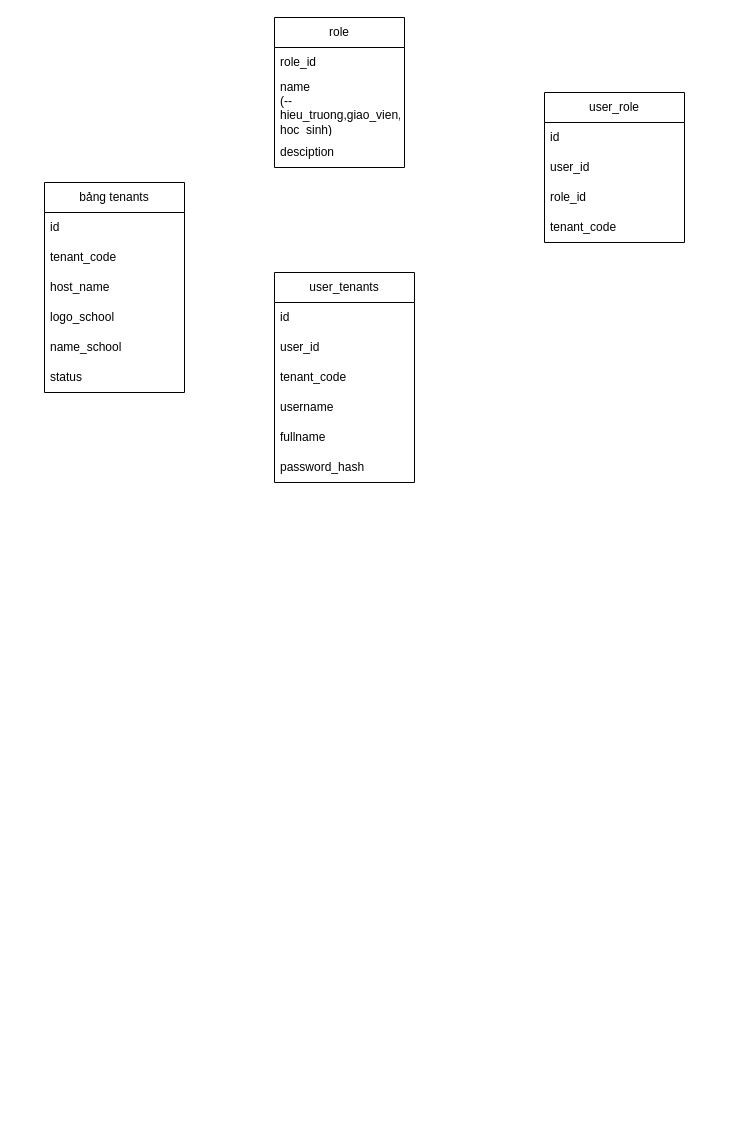
The draw.io diagram csdlstudy.drawio in vuongnd03/black-had, before the edit. Source tidied: cells renumbered, new cells numbered last; positions are measured from the earlier drawing's top-left corner, leaving out a move shared by most shapes. Both pictures are drawn from the tidied source at 100%, with x=0, y=0 at pixel (44, 17).
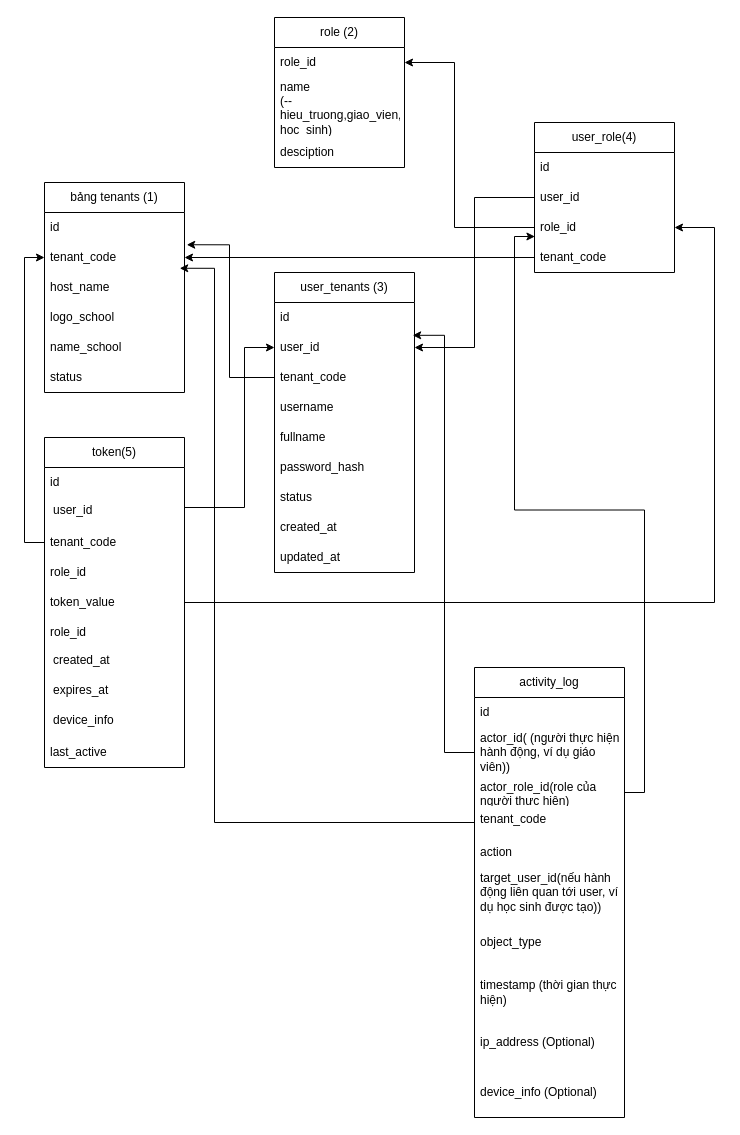
Above is the later version.

The change refers to these unchanged cells:
```xml
<mxCell id="4" value="tenant_code" style="text;strokeColor=none;fillColor=none;align=left;verticalAlign=middle;spacingLeft=4;spacingRight=4;overflow=hidden;points=[[0,0.5],[1,0.5]];portConstraint=eastwest;whiteSpace=wrap;html=1;" parent="2" vertex="1">
  <mxGeometry y="60" width="140" height="30" as="geometry" />
</mxCell>
<mxCell id="10" value="role_id" style="text;strokeColor=none;fillColor=none;align=left;verticalAlign=middle;spacingLeft=4;spacingRight=4;overflow=hidden;points=[[0,0.5],[1,0.5]];portConstraint=eastwest;whiteSpace=wrap;html=1;" parent="9" vertex="1">
  <mxGeometry y="30" width="130" height="30" as="geometry" />
</mxCell>
<mxCell id="15" value="user_id" style="text;strokeColor=none;fillColor=none;align=left;verticalAlign=middle;spacingLeft=4;spacingRight=4;overflow=hidden;points=[[0,0.5],[1,0.5]];portConstraint=eastwest;whiteSpace=wrap;html=1;" parent="13" vertex="1">
  <mxGeometry y="60" width="140" height="30" as="geometry" />
</mxCell>
<mxCell id="16" value="tenant_code" style="text;strokeColor=none;fillColor=none;align=left;verticalAlign=middle;spacingLeft=4;spacingRight=4;overflow=hidden;points=[[0,0.5],[1,0.5]];portConstraint=eastwest;whiteSpace=wrap;html=1;" parent="13" vertex="1">
  <mxGeometry y="90" width="140" height="30" as="geometry" />
</mxCell>
<mxCell id="22" value="user_id" style="text;strokeColor=none;fillColor=none;align=left;verticalAlign=middle;spacingLeft=4;spacingRight=4;overflow=hidden;points=[[0,0.5],[1,0.5]];portConstraint=eastwest;whiteSpace=wrap;html=1;" parent="20" vertex="1">
  <mxGeometry y="60" width="140" height="30" as="geometry" />
</mxCell>
<mxCell id="23" value="role_id" style="text;strokeColor=none;fillColor=none;align=left;verticalAlign=middle;spacingLeft=4;spacingRight=4;overflow=hidden;points=[[0,0.5],[1,0.5]];portConstraint=eastwest;whiteSpace=wrap;html=1;" parent="20" vertex="1">
  <mxGeometry y="90" width="140" height="30" as="geometry" />
</mxCell>
<mxCell id="24" value="tenant_code" style="text;strokeColor=none;fillColor=none;align=left;verticalAlign=middle;spacingLeft=4;spacingRight=4;overflow=hidden;points=[[0,0.5],[1,0.5]];portConstraint=eastwest;whiteSpace=wrap;html=1;" parent="20" vertex="1">
  <mxGeometry y="120" width="140" height="30" as="geometry" />
</mxCell>
```

Diff of the diagram source:
```diff
@@
-    <mxCell id="2" value="bảng tenants" style="swimlane;fontStyle=0;horizontal=1;startSize=30;whiteSpace=wrap;html=1;" parent="1" vertex="1">
+    <mxCell id="2" value="bảng tenants (1)" style="swimlane;fontStyle=0;horizontal=1;startSize=30;whiteSpace=wrap;html=1;" parent="1" vertex="1">
       <mxGeometry y="165" width="140" height="210" as="geometry" />
     </mxCell>
@@
-    <mxCell id="9" value="role" style="swimlane;fontStyle=0;horizontal=1;startSize=30;whiteSpace=wrap;html=1;" parent="1" vertex="1">
+    <mxCell id="9" value="role (2)" style="swimlane;fontStyle=0;horizontal=1;startSize=30;whiteSpace=wrap;html=1;" parent="1" vertex="1">
       <mxGeometry x="230" width="130" height="150" as="geometry" />
     </mxCell>
@@
-    <mxCell id="13" value="user_tenants" style="swimlane;fontStyle=0;horizontal=1;startSize=30;whiteSpace=wrap;html=1;" parent="1" vertex="1">
-      <mxGeometry x="230" y="255" width="140" height="210" as="geometry" />
+    <mxCell id="13" value="user_tenants (3)" style="swimlane;fontStyle=0;horizontal=1;startSize=30;whiteSpace=wrap;html=1;" parent="1" vertex="1">
+      <mxGeometry x="230" y="255" width="140" height="300" as="geometry" />
     </mxCell>
@@
+    <mxCell id="25" value="status" style="text;strokeColor=none;fillColor=none;align=left;verticalAlign=middle;spacingLeft=4;spacingRight=4;overflow=hidden;whiteSpace=wrap;html=1;" parent="13" vertex="1">
+      <mxGeometry y="210" width="140" height="30" as="geometry" />
+    </mxCell>
+    <mxCell id="26" value="created_at" style="text;strokeColor=none;fillColor=none;align=left;verticalAlign=middle;spacingLeft=4;spacingRight=4;overflow=hidden;whiteSpace=wrap;html=1;" parent="13" vertex="1">
+      <mxGeometry y="240" width="140" height="30" as="geometry" />
+    </mxCell>
+    <mxCell id="27" value="updated_at" style="text;strokeColor=none;fillColor=none;align=left;verticalAlign=middle;spacingLeft=4;spacingRight=4;overflow=hidden;whiteSpace=wrap;html=1;" parent="13" vertex="1">
+      <mxGeometry y="270" width="140" height="30" as="geometry" />
+    </mxCell>
-    <mxCell id="20" value="user_role" style="swimlane;fontStyle=0;horizontal=1;startSize=30;whiteSpace=wrap;html=1;" parent="1" vertex="1">
-      <mxGeometry x="500" y="75" width="140" height="150" as="geometry" />
+    <mxCell id="20" value="user_role(4)" style="swimlane;fontStyle=0;horizontal=1;startSize=30;whiteSpace=wrap;html=1;" parent="1" vertex="1">
+      <mxGeometry x="490" y="105" width="140" height="150" as="geometry" />
     </mxCell>
@@
+    <mxCell id="28" style="edgeStyle=orthogonalEdgeStyle;rounded=0;jettySize=auto;html=1;entryX=1;entryY=0.5;entryDx=0;entryDy=0;" parent="1" edge="1" source="22" target="15">
+      <mxGeometry relative="1" as="geometry" />
+    </mxCell>
+    <mxCell id="29" style="edgeStyle=orthogonalEdgeStyle;rounded=0;jettySize=auto;html=1;exitX=0;exitY=0.5;exitDx=0;exitDy=0;entryX=1;entryY=0.5;entryDx=0;entryDy=0;" parent="1" edge="1" source="23" target="10">
+      <mxGeometry relative="1" as="geometry">
+        <Array as="points">
+          <mxPoint x="410" y="210" />
+          <mxPoint x="410" y="45" />
+        </Array>
+      </mxGeometry>
+    </mxCell>
+    <mxCell id="30" style="edgeStyle=orthogonalEdgeStyle;rounded=0;jettySize=auto;html=1;entryX=1;entryY=0.5;entryDx=0;entryDy=0;" parent="1" edge="1" source="24" target="4">
+      <mxGeometry relative="1" as="geometry" />
+    </mxCell>
+    <mxCell id="31" style="edgeStyle=orthogonalEdgeStyle;rounded=0;jettySize=auto;html=1;entryX=1.016;entryY=0.075;entryDx=0;entryDy=0;entryPerimeter=0;" parent="1" edge="1" source="16" target="4">
+      <mxGeometry relative="1" as="geometry" />
+    </mxCell>
+    <mxCell id="32" value="token(5)" style="swimlane;fontStyle=0;horizontal=1;startSize=30;whiteSpace=wrap;html=1;" parent="1" vertex="1">
+      <mxGeometry y="420" width="140" height="330" as="geometry" />
+    </mxCell>
+    <mxCell id="33" value="id" style="text;strokeColor=none;fillColor=none;align=left;verticalAlign=middle;spacingLeft=4;spacingRight=4;overflow=hidden;whiteSpace=wrap;html=1;" parent="32" vertex="1">
+      <mxGeometry y="30" width="140" height="30" as="geometry" />
+    </mxCell>
+    <mxCell id="34" value="&lt;table&gt;&lt;tbody&gt;&lt;tr&gt;&lt;td&gt;user_id&lt;/td&gt;&lt;/tr&gt;&lt;/tbody&gt;&lt;/table&gt;&lt;table&gt;&lt;tbody&gt;&lt;tr&gt;&lt;td&gt;&lt;/td&gt;&lt;/tr&gt;&lt;/tbody&gt;&lt;/table&gt;" style="text;strokeColor=none;fillColor=none;align=left;verticalAlign=middle;spacingLeft=4;spacingRight=4;overflow=hidden;points=[[0,0.5],[1,0.5]];portConstraint=eastwest;whiteSpace=wrap;html=1;" parent="32" vertex="1">
+      <mxGeometry y="60" width="140" height="30" as="geometry" />
+    </mxCell>
+    <mxCell id="35" value="tenant_code" style="text;strokeColor=none;fillColor=none;align=left;verticalAlign=middle;spacingLeft=4;spacingRight=4;overflow=hidden;points=[[0,0.5],[1,0.5]];portConstraint=eastwest;whiteSpace=wrap;html=1;" parent="32" vertex="1">
+      <mxGeometry y="90" width="140" height="30" as="geometry" />
+    </mxCell>
+    <mxCell id="36" value="role_id" style="text;strokeColor=none;fillColor=none;align=left;verticalAlign=middle;spacingLeft=4;spacingRight=4;overflow=hidden;points=[[0,0.5],[1,0.5]];portConstraint=eastwest;whiteSpace=wrap;html=1;" parent="32" vertex="1">
+      <mxGeometry y="120" width="140" height="30" as="geometry" />
+    </mxCell>
+    <mxCell id="37" value="token_value" style="text;strokeColor=none;fillColor=none;align=left;verticalAlign=middle;spacingLeft=4;spacingRight=4;overflow=hidden;whiteSpace=wrap;html=1;" parent="32" vertex="1">
+      <mxGeometry y="150" width="140" height="30" as="geometry" />
+    </mxCell>
+    <mxCell id="38" value="role_id" style="text;strokeColor=none;fillColor=none;align=left;verticalAlign=middle;spacingLeft=4;spacingRight=4;overflow=hidden;whiteSpace=wrap;html=1;" parent="32" vertex="1">
+      <mxGeometry y="180" width="140" height="30" as="geometry" />
+    </mxCell>
+    <mxCell id="39" value="&lt;table&gt;&lt;tbody&gt;&lt;tr&gt;&lt;td&gt;created_at&lt;/td&gt;&lt;/tr&gt;&lt;/tbody&gt;&lt;/table&gt;&lt;table&gt;&lt;tbody&gt;&lt;tr&gt;&lt;td&gt;&lt;/td&gt;&lt;/tr&gt;&lt;/tbody&gt;&lt;/table&gt;" style="text;strokeColor=none;fillColor=none;align=left;verticalAlign=middle;spacingLeft=4;spacingRight=4;overflow=hidden;whiteSpace=wrap;html=1;" parent="32" vertex="1">
+      <mxGeometry y="210" width="140" height="30" as="geometry" />
+    </mxCell>
+    <mxCell id="40" value="&lt;table&gt;&lt;tbody&gt;&lt;tr&gt;&lt;td&gt;expires_at&lt;/td&gt;&lt;/tr&gt;&lt;/tbody&gt;&lt;/table&gt;&lt;table&gt;&lt;tbody&gt;&lt;tr&gt;&lt;td&gt;&lt;/td&gt;&lt;/tr&gt;&lt;/tbody&gt;&lt;/table&gt;" style="text;strokeColor=none;fillColor=none;align=left;verticalAlign=middle;spacingLeft=4;spacingRight=4;overflow=hidden;whiteSpace=wrap;html=1;" parent="32" vertex="1">
+      <mxGeometry y="240" width="140" height="30" as="geometry" />
+    </mxCell>
+    <mxCell id="41" value="&lt;table&gt;&lt;tbody&gt;&lt;tr&gt;&lt;td&gt;device_info&lt;/td&gt;&lt;/tr&gt;&lt;/tbody&gt;&lt;/table&gt;&lt;table&gt;&lt;tbody&gt;&lt;tr&gt;&lt;td&gt;&lt;/td&gt;&lt;/tr&gt;&lt;/tbody&gt;&lt;/table&gt;" style="text;strokeColor=none;fillColor=none;align=left;verticalAlign=middle;spacingLeft=4;spacingRight=4;overflow=hidden;whiteSpace=wrap;html=1;" parent="32" vertex="1">
+      <mxGeometry y="270" width="140" height="30" as="geometry" />
+    </mxCell>
+    <mxCell id="42" value="last_active" style="text;strokeColor=none;fillColor=none;align=left;verticalAlign=middle;spacingLeft=4;spacingRight=4;overflow=hidden;whiteSpace=wrap;html=1;" parent="32" vertex="1">
+      <mxGeometry y="300" width="140" height="30" as="geometry" />
+    </mxCell>
+    <mxCell id="43" style="edgeStyle=orthogonalEdgeStyle;rounded=0;jettySize=auto;html=1;entryX=0;entryY=0.5;entryDx=0;entryDy=0;" parent="1" edge="1" source="34" target="15">
+      <mxGeometry relative="1" as="geometry">
+        <Array as="points">
+          <mxPoint x="200" y="490" />
+          <mxPoint x="200" y="330" />
+        </Array>
+      </mxGeometry>
+    </mxCell>
+    <mxCell id="44" style="edgeStyle=orthogonalEdgeStyle;rounded=0;jettySize=auto;html=1;entryX=0;entryY=0.5;entryDx=0;entryDy=0;" parent="1" edge="1" source="35" target="4">
+      <mxGeometry relative="1" as="geometry" />
+    </mxCell>
+    <mxCell id="45" style="edgeStyle=orthogonalEdgeStyle;rounded=0;jettySize=auto;html=1;entryX=1;entryY=0.5;entryDx=0;entryDy=0;" parent="1" edge="1" source="36" target="23">
+      <mxGeometry relative="1" as="geometry">
+        <Array as="points">
+          <mxPoint x="140" y="585" />
+          <mxPoint x="670" y="585" />
+          <mxPoint x="670" y="210" />
+        </Array>
+      </mxGeometry>
+    </mxCell>
+    <mxCell id="46" value="activity_log" style="swimlane;fontStyle=0;horizontal=1;startSize=30;whiteSpace=wrap;html=1;" parent="1" vertex="1">
+      <mxGeometry x="430" y="650" width="150" height="450" as="geometry" />
+    </mxCell>
+    <mxCell id="47" value="id" style="text;strokeColor=none;fillColor=none;align=left;verticalAlign=middle;spacingLeft=4;spacingRight=4;overflow=hidden;whiteSpace=wrap;html=1;" parent="46" vertex="1">
+      <mxGeometry y="30" width="150" height="30" as="geometry" />
+    </mxCell>
+    <mxCell id="48" value="actor_id( (người thực hiện hành động, ví dụ giáo viên))" style="text;strokeColor=none;fillColor=none;align=left;verticalAlign=middle;spacingLeft=4;spacingRight=4;overflow=hidden;points=[[0,0.5],[1,0.5]];portConstraint=eastwest;whiteSpace=wrap;html=1;" parent="46" vertex="1">
+      <mxGeometry y="60" width="150" height="50" as="geometry" />
+    </mxCell>
+    <mxCell id="49" value="actor_role_id(role của người thực hiện)" style="text;strokeColor=none;fillColor=none;align=left;verticalAlign=middle;spacingLeft=4;spacingRight=4;overflow=hidden;points=[[0,0.5],[1,0.5]];portConstraint=eastwest;whiteSpace=wrap;html=1;" parent="46" vertex="1">
+      <mxGeometry y="110" width="150" height="30" as="geometry" />
+    </mxCell>
+    <mxCell id="50" value="tenant_code&lt;br&gt;&lt;table&gt;&lt;tbody&gt;&lt;tr&gt;&lt;td&gt;&lt;/td&gt;&lt;/tr&gt;&lt;/tbody&gt;&lt;/table&gt;" style="text;strokeColor=none;fillColor=none;align=left;verticalAlign=middle;spacingLeft=4;spacingRight=4;overflow=hidden;points=[[0,0.5],[1,0.5]];portConstraint=eastwest;whiteSpace=wrap;html=1;" parent="46" vertex="1">
+      <mxGeometry y="140" width="150" height="30" as="geometry" />
+    </mxCell>
+    <mxCell id="51" value="action" style="text;strokeColor=none;fillColor=none;align=left;verticalAlign=middle;spacingLeft=4;spacingRight=4;overflow=hidden;whiteSpace=wrap;html=1;" parent="46" vertex="1">
+      <mxGeometry y="170" width="150" height="30" as="geometry" />
+    </mxCell>
+    <mxCell id="52" value="target_user_id(nếu hành động liên quan tới user, ví dụ học sinh được tạo))" style="text;strokeColor=none;fillColor=none;align=left;verticalAlign=middle;spacingLeft=4;spacingRight=4;overflow=hidden;whiteSpace=wrap;html=1;" parent="46" vertex="1">
+      <mxGeometry y="200" width="150" height="50" as="geometry" />
+    </mxCell>
+    <mxCell id="53" value="object_type" style="text;strokeColor=none;fillColor=none;align=left;verticalAlign=middle;spacingLeft=4;spacingRight=4;overflow=hidden;whiteSpace=wrap;html=1;" parent="46" vertex="1">
+      <mxGeometry y="250" width="150" height="50" as="geometry" />
+    </mxCell>
+    <mxCell id="54" value="timestamp (thời gian thực hiện)" style="text;strokeColor=none;fillColor=none;align=left;verticalAlign=middle;spacingLeft=4;spacingRight=4;overflow=hidden;whiteSpace=wrap;html=1;" parent="46" vertex="1">
+      <mxGeometry y="300" width="150" height="50" as="geometry" />
+    </mxCell>
+    <mxCell id="55" value="ip_address (Optional)" style="text;strokeColor=none;fillColor=none;align=left;verticalAlign=middle;spacingLeft=4;spacingRight=4;overflow=hidden;whiteSpace=wrap;html=1;" parent="46" vertex="1">
+      <mxGeometry y="350" width="150" height="50" as="geometry" />
+    </mxCell>
+    <mxCell id="56" value="device_info (Optional)" style="text;strokeColor=none;fillColor=none;align=left;verticalAlign=middle;spacingLeft=4;spacingRight=4;overflow=hidden;whiteSpace=wrap;html=1;" parent="46" vertex="1">
+      <mxGeometry y="400" width="150" height="50" as="geometry" />
+    </mxCell>
+    <mxCell id="57" style="edgeStyle=orthogonalEdgeStyle;rounded=0;jettySize=auto;html=1;entryX=0.987;entryY=0.094;entryDx=0;entryDy=0;entryPerimeter=0;" parent="1" edge="1" source="48" target="15">
+      <mxGeometry relative="1" as="geometry" />
+    </mxCell>
+    <mxCell id="58" style="edgeStyle=orthogonalEdgeStyle;rounded=0;jettySize=auto;html=1;entryX=0.003;entryY=0.8;entryDx=0;entryDy=0;entryPerimeter=0;" parent="1" edge="1" source="49" target="23">
+      <mxGeometry relative="1" as="geometry" />
+    </mxCell>
+    <mxCell id="59" style="edgeStyle=orthogonalEdgeStyle;rounded=0;jettySize=auto;html=1;entryX=0.966;entryY=0.859;entryDx=0;entryDy=0;entryPerimeter=0;" parent="1" edge="1" source="50" target="4">
+      <mxGeometry relative="1" as="geometry">
+        <Array as="points">
+          <mxPoint x="170" y="805" />
+          <mxPoint x="170" y="251" />
+        </Array>
+      </mxGeometry>
+    </mxCell>
```
